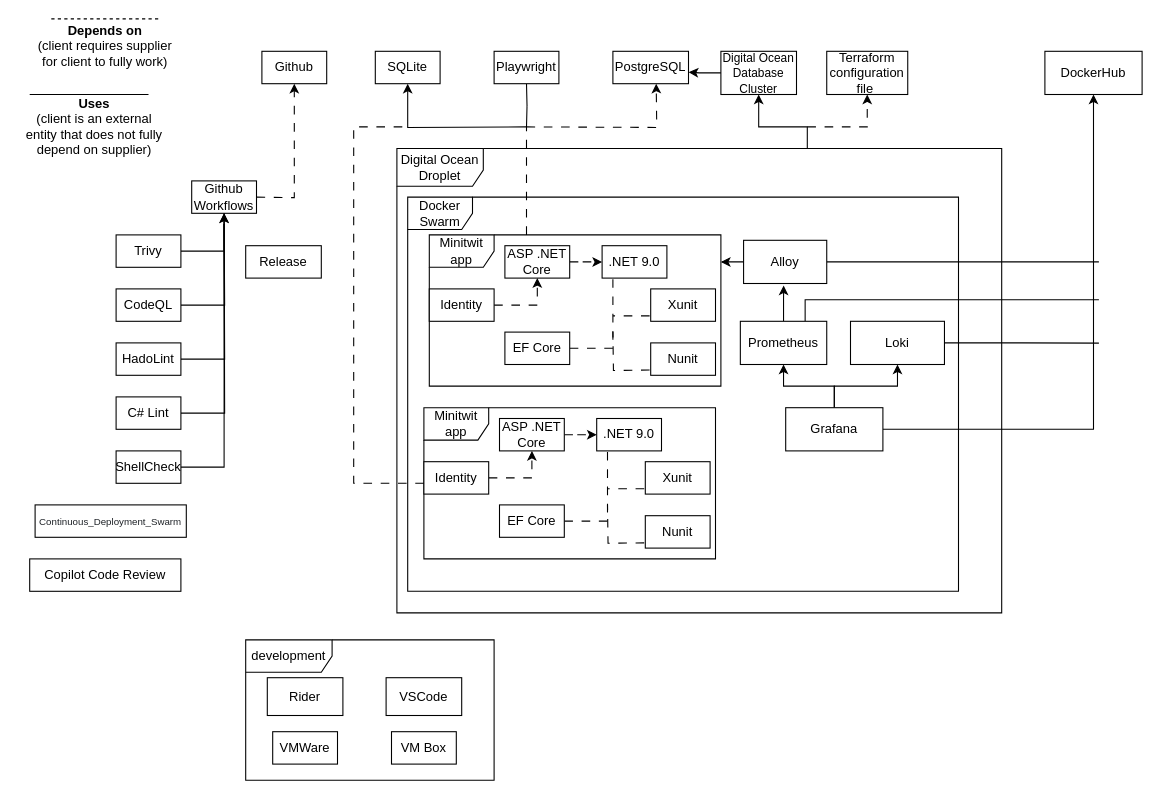
Joakim-David/GruppeOG keeps this draw.io diagram as diagrams/dependency_diagram/MiniTwit_dependency_diagram.drawio. Above is the earlier version. Source tidied: cells renumbered, new cells numbered last; positions are measured from the earlier drawing's top-left corner, leaving out a move shared by most shapes. Both pictures are drawn from the tidied source at 108%, with x=0, y=0 at pixel (18, 18).
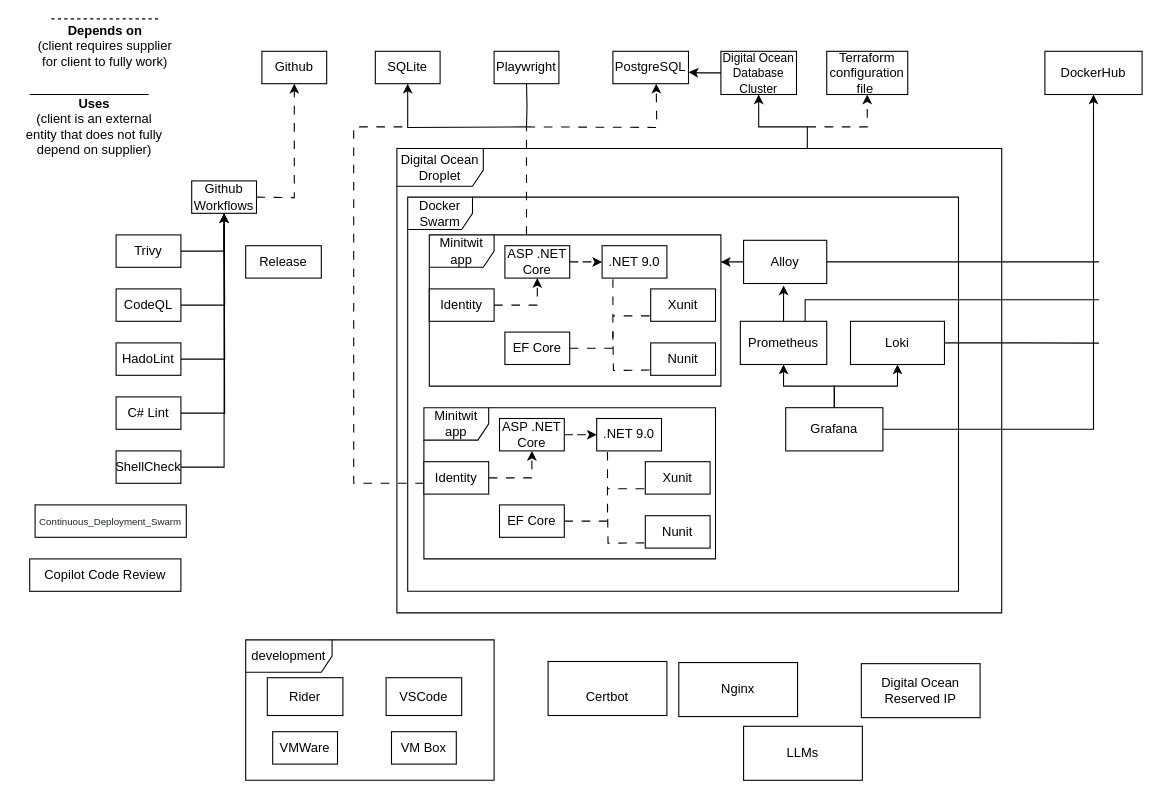
The same diagram, later.

Commit message:
Add remaining entities

Their dependencies are not mapped yet

Diff of the diagram source:
```diff
@@
+    <mxCell id="80" value="Nginx" style="html=1;whiteSpace=wrap;" parent="1" vertex="1">
+      <mxGeometry x="611" y="596" width="110" height="50" as="geometry" />
+    </mxCell>
+    <mxCell id="81" value="Digital Ocean Reserved IP" style="html=1;whiteSpace=wrap;" parent="1" vertex="1">
+      <mxGeometry x="780" y="597" width="110" height="50" as="geometry" />
+    </mxCell>
+    <mxCell id="82" value="&lt;br&gt;&lt;div&gt;Certbot&lt;/div&gt;" style="html=1;whiteSpace=wrap;" parent="1" vertex="1">
+      <mxGeometry x="490" y="595" width="110" height="50" as="geometry" />
+    </mxCell>
+    <mxCell id="83" value="LLMs" style="html=1;whiteSpace=wrap;" parent="1" vertex="1">
+      <mxGeometry x="671" y="655" width="110" height="50" as="geometry" />
+    </mxCell>
```
